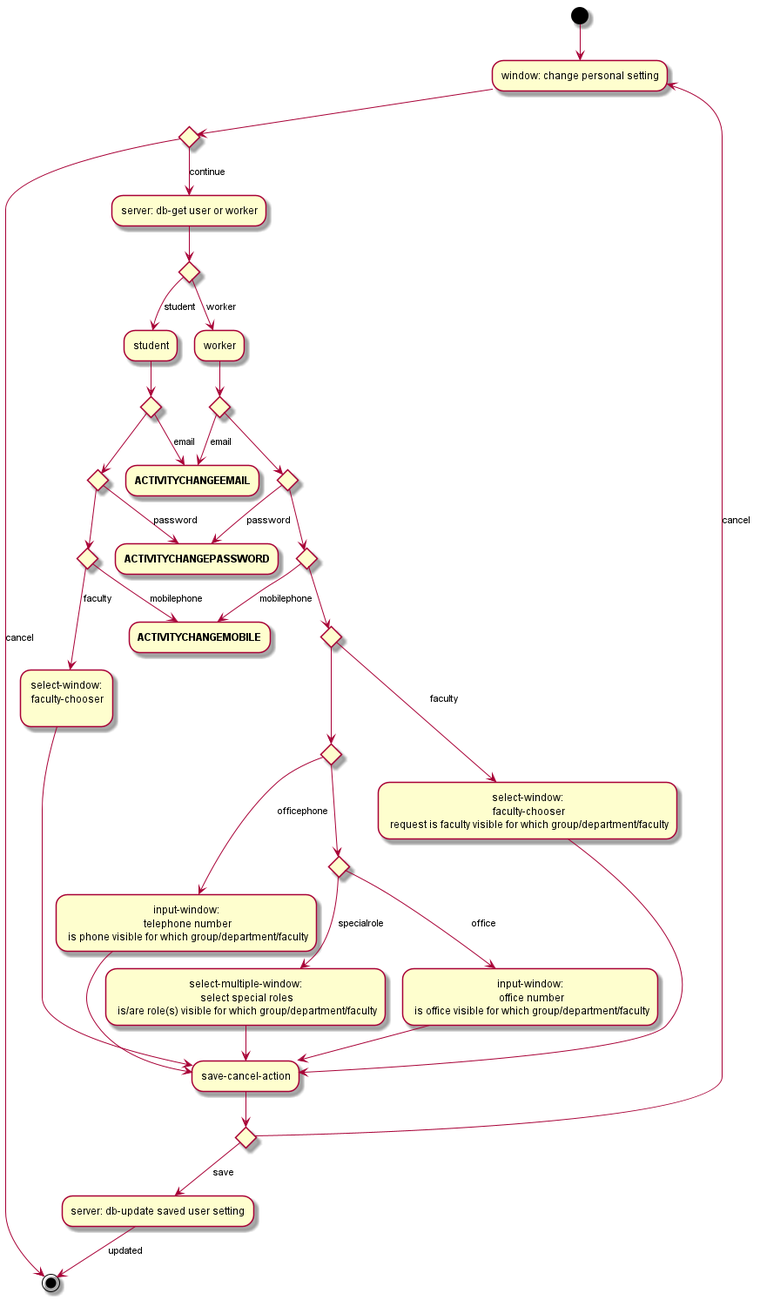
0K5/campusfinder keeps this PlantUML diagram as docs/architecture/activity_diagrams/settings/ACTIVITYPERSONALSETTINGS.png. Above is the earlier version. Its diagram source:
```plantuml
@startuml
(*) --> "window: change personal setting"
if "" then
    --> [cancel] (*)
else
    --> [continue] "server: db-get user or worker"
    if "" then
        --> [worker] "worker"
        if "" then
            --> [email] "**ACTIVITYCHANGEEMAIL**"
        else
            if "" then
                --> [password] "**ACTIVITYCHANGEPASSWORD**"
            else
                if "" then
                    --> [mobilephone] "**ACTIVITYCHANGEMOBILE**"
                else
                    if "" then
                        --> [faculty] "select-window:\n faculty-chooser\n request is faculty visible for which group/department/faculty"
                        --> "save-cancel-action"
                        if "" then
                            --> [save] "server: db-update saved user setting"
                            --> [updated] (*)
                        else
                            --> [cancel] "window: change personal setting"
                        Endif
                    else
                        if "" then
                            --> [officephone] "input-window:\n telephone number\n is phone visible for which group/department/faculty"
                            --> "save-cancel-action"
                        else
                            if "" then
                                --> [office] "input-window:\n office number\n is office visible for which group/department/faculty"
                                --> "save-cancel-action"
                            else
                                --> [specialrole] "select-multiple-window:\n select special roles\n is/are role(s) visible for which group/department/faculty"
                                --> "save-cancel-action"
                            Endif
                        Endif
                    Endif
                Endif
            Endif
        Endif
    else
        --> [student] "student"
        if "" then
            --> [email] "**ACTIVITYCHANGEEMAIL**"
        else
            if "" then
                --> [password] "**ACTIVITYCHANGEPASSWORD**"
            else
                if "" then
                    --> [mobilephone] "**ACTIVITYCHANGEMOBILE**"
                else
                    --> [faculty] "select-window:\n faculty-chooser\n"
                    --> "save-cancel-action"
                Endif
            Endif
        Endif
    Endif
Endif
@enduml
```
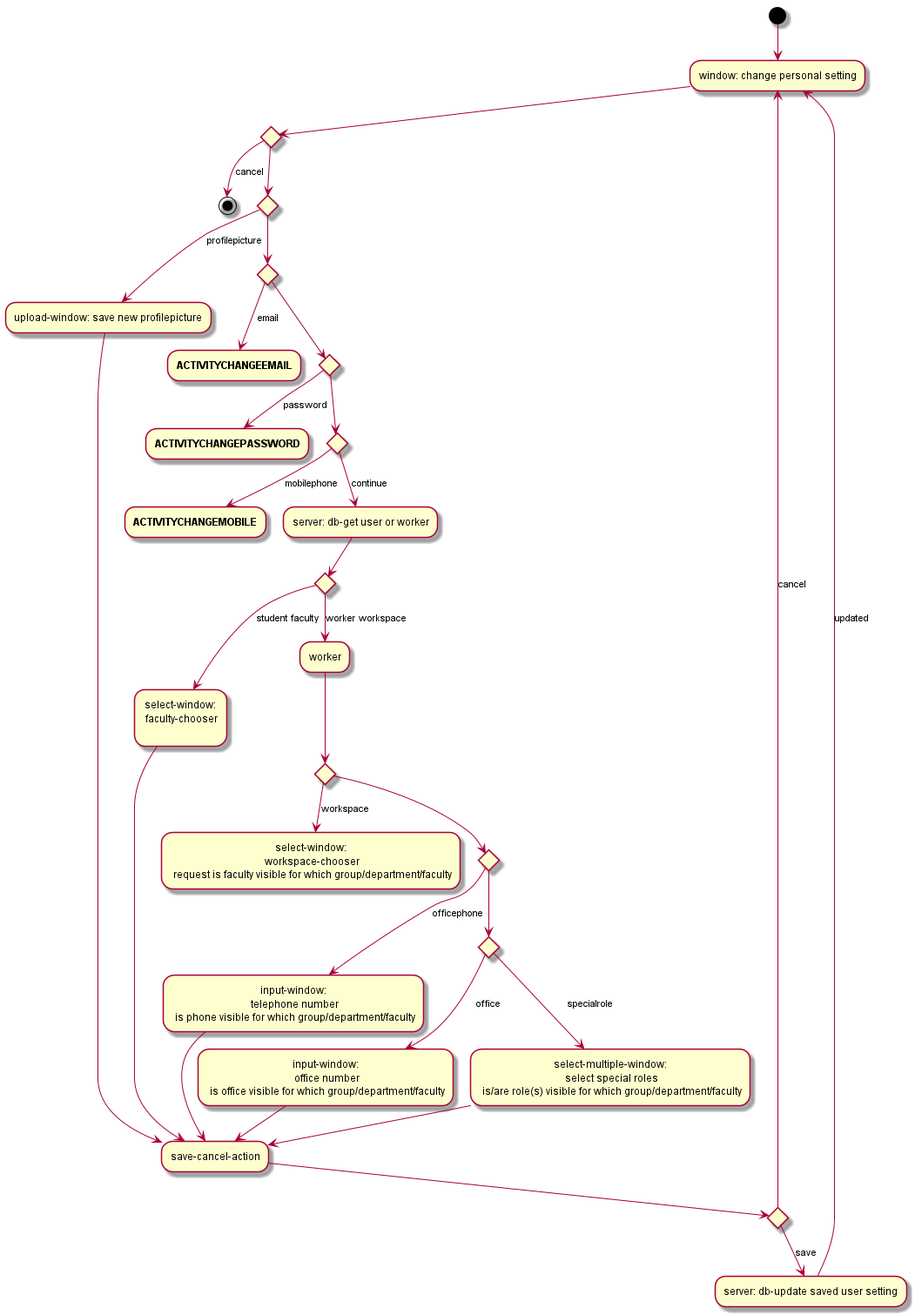
The same file after the commit.

What changed in the source:
```diff
@@ -1,29 +1,35 @@
 @startuml
 (*) --> "window: change personal setting"
 if "" then
-    --> [cancel] (*)
+--> [cancel] (*)
 else
-    --> [continue] "server: db-get user or worker"
+if "" then
+    --> [profilepicture] "upload-window: save new profilepicture"
+    --> "save-cancel-action"
     if "" then
-        --> [worker] "worker"
+        --> [save] "server: db-update saved user setting"
+        --> [updated] "window: change personal setting"
+    else
+        --> [cancel] "window: change personal setting"
+    Endif
+else
+    if "" then
+        --> [email] "**ACTIVITYCHANGEEMAIL**"
+    else
         if "" then
-            --> [email] "**ACTIVITYCHANGEEMAIL**"
+            --> [password] "**ACTIVITYCHANGEPASSWORD**"
         else
             if "" then
-                --> [password] "**ACTIVITYCHANGEPASSWORD**"
+                --> [mobilephone] "**ACTIVITYCHANGEMOBILE**"
             else
+                --> [continue] "server: db-get user or worker"
                 if "" then
-                    --> [mobilephone] "**ACTIVITYCHANGEMOBILE**"
+                    --> [student faculty] "select-window:\n faculty-chooser\n"
+                    --> "save-cancel-action"
                 else
+                    --> [worker workspace] "worker"
                     if "" then
-                        --> [faculty] "select-window:\n faculty-chooser\n request is faculty visible for which group/department/faculty"
-                        --> "save-cancel-action"
-                        if "" then
-                            --> [save] "server: db-update saved user setting"
-                            --> [updated] (*)
-                        else
-                            --> [cancel] "window: change personal setting"
-                        Endif
+                        --> [workspace] "select-window:\n workspace-chooser\n request is faculty visible for which group/department/faculty"
                     else
                         if "" then
                             --> [officephone] "input-window:\n telephone number\n is phone visible for which group/department/faculty"
@@ -41,22 +47,7 @@
                 Endif
             Endif
         Endif
-    else
-        --> [student] "student"
-        if "" then
-            --> [email] "**ACTIVITYCHANGEEMAIL**"
-        else
-            if "" then
-                --> [password] "**ACTIVITYCHANGEPASSWORD**"
-            else
-                if "" then
-                    --> [mobilephone] "**ACTIVITYCHANGEMOBILE**"
-                else
-                    --> [faculty] "select-window:\n faculty-chooser\n"
-                    --> "save-cancel-action"
-                Endif
-            Endif
-        Endif
     Endif
 Endif
+Endif
 @enduml
```
